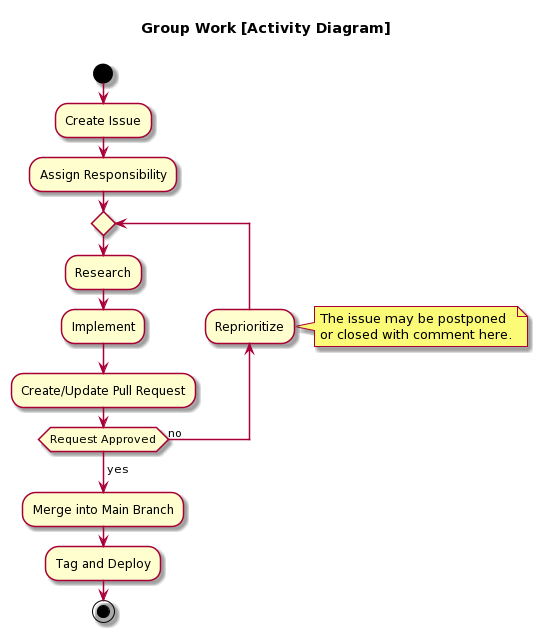
The PlantUML diagram docs/images/group-work-activity-diagram.png in ITU-BDSA-GROUP5/Chirp, before a commit. Source of this version:
```plantuml
@startuml
skin rose

title Group Work [Activity Diagram] \n

start

:Create Issue;
:Assign Responsibility;

repeat
  :Research;
  :Implement;
  :Create/Update Pull Request;
  Backward :Reprioritize;
  note right
    The issue may be postponed
    or closed with comment here.
  end note
repeat while (Request Approved) is (no)
-> yes;

:Merge into Main Branch;
:Tag and Deploy;

stop
@enduml
```
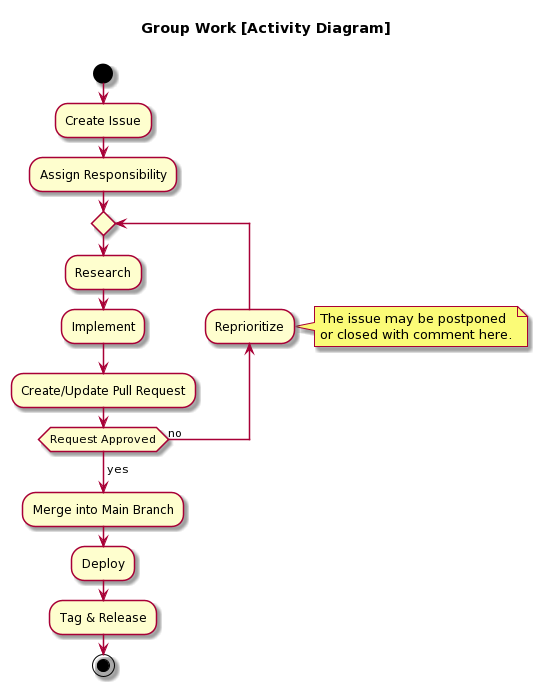
The same diagram one commit later.

Commit message:
Corrections to diagrams and report in general

The edit, as a diff of the source:
```diff
@@ -9,19 +9,19 @@
 :Assign Responsibility;
 
 repeat
-  :Research;
-  :Implement;
-  :Create/Update Pull Request;
-  Backward :Reprioritize;
-  note right
-    The issue may be postponed
-    or closed with comment here.
-  end note
+:Research;
+:Implement;
+:Create/Update Pull Request;
+Backward :Reprioritize;
+note right
+  The issue may be postponed
+  or closed with comment here.
+end note
 repeat while (Request Approved) is (no)
 -> yes;
 
 :Merge into Main Branch;
-:Tag and Deploy;
-
+:Deploy;
+:Tag & Release;
 stop
 @enduml
```
